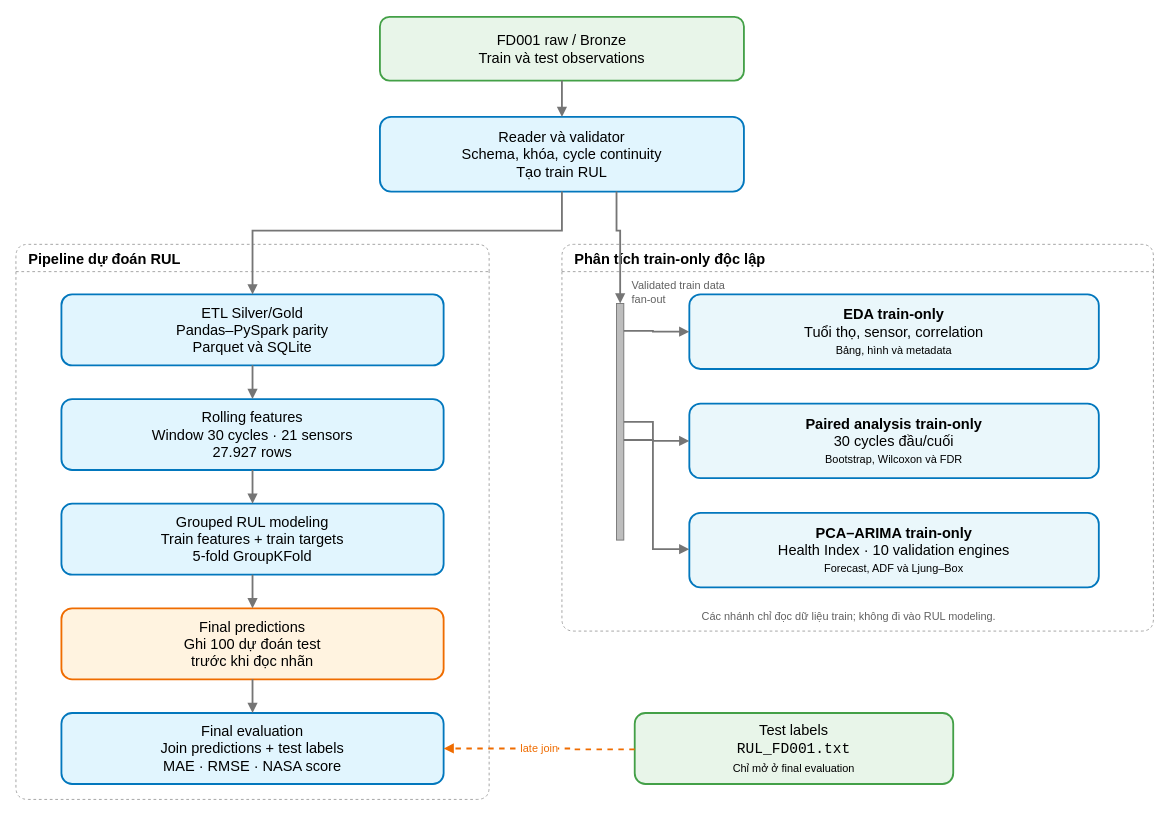
The draw.io diagram assets/diagrams/fd001-pipeline.drawio in ti014/tinasa-cmapss-rul-prediction, before the edit. Source tidied: cells renumbered, new cells numbered last; positions are measured from the earlier drawing's top-left corner, leaving out a move shared by most shapes. Both pictures are drawn from the tidied source at 91%, with x=0, y=0 at pixel (15, 16).
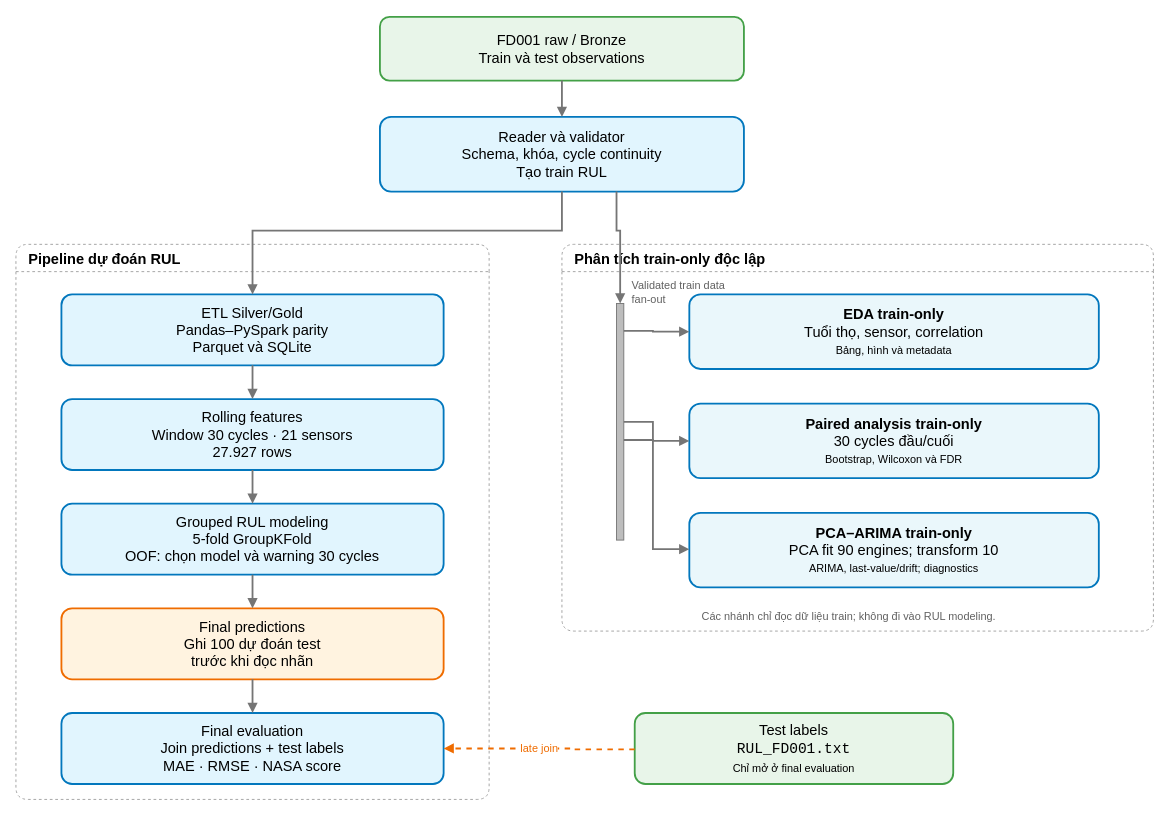
The same page after the edit.

Change to the diagram source:
```diff
@@
-    <mxCell id="8" value="Grouped RUL modeling&lt;br&gt;Train features + train targets&lt;br&gt;5-fold GroupKFold" style="rounded=1;whiteSpace=wrap;html=1;fillColor=#E1F5FE;strokeColor=#0277BD;strokeWidth=2;fontSize=16;align=center;verticalAlign=middle;" parent="1" vertex="1">
+    <mxCell id="8" value="Grouped RUL modeling&lt;br&gt;5-fold GroupKFold&lt;br&gt;OOF: chọn model và warning 30 cycles" style="rounded=1;whiteSpace=wrap;html=1;fillColor=#E1F5FE;strokeColor=#0277BD;strokeWidth=2;fontSize=16;align=center;verticalAlign=middle;" parent="1" vertex="1">
       <mxGeometry x="50" y="535" width="420" height="78" as="geometry" />
     </mxCell>
@@
-    <mxCell id="15" value="&lt;b&gt;PCA–ARIMA train-only&lt;/b&gt;&lt;br&gt;Health Index · 10 validation engines&lt;br&gt;&lt;font style=&quot;font-size:12px&quot;&gt;Forecast, ADF và Ljung–Box&lt;/font&gt;" style="rounded=1;whiteSpace=wrap;html=1;fillColor=#EAF7FB;strokeColor=#0277BD;strokeWidth=2;fontSize=16;align=center;verticalAlign=middle;" parent="1" vertex="1">
+    <mxCell id="15" value="&lt;b&gt;PCA–ARIMA train-only&lt;/b&gt;&lt;br&gt;PCA fit 90 engines; transform 10&lt;br&gt;&lt;font style=&quot;font-size:12px&quot;&gt;ARIMA, last-value/drift; diagnostics&lt;/font&gt;" style="rounded=1;whiteSpace=wrap;html=1;fillColor=#EAF7FB;strokeColor=#0277BD;strokeWidth=2;fontSize=16;align=center;verticalAlign=middle;" parent="1" vertex="1">
       <mxGeometry x="740" y="545" width="450" height="82" as="geometry" />
     </mxCell>
```
